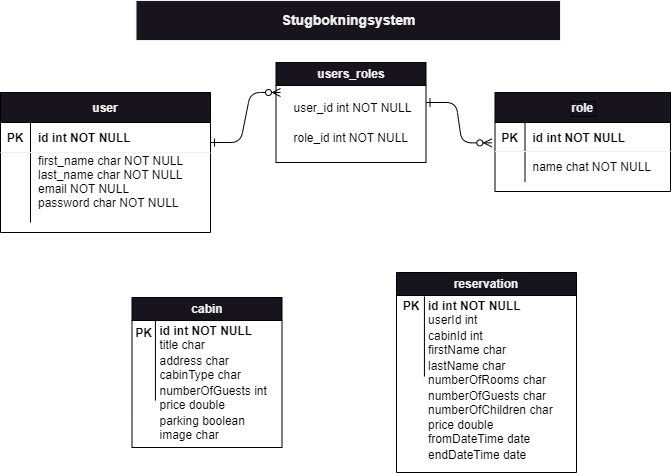
Above: pics/StugbokningDbModel.png in dchotan/arbetsprov (draw.io), before the change. Source tidied: cells renumbered, new cells last; positions are measured from the earlier drawing's top-left corner, leaving out a move shared by most shapes. The source it was exported from:
```xml
<mxGraphModel background="#ffffff">
  <root>
    <mxCell id="0" />
    <mxCell id="1" parent="0" />
    <mxCell id="2" style="edgeStyle=entityRelationEdgeStyle;endArrow=ERzeroToMany;startArrow=ERone;endFill=1;startFill=0;strokeColor=#000000;" parent="1" edge="1">
      <mxGeometry relative="1" as="geometry">
        <mxPoint x="210" y="142" as="sourcePoint" />
        <mxPoint x="280" y="92" as="targetPoint" />
        <Array as="points">
          <mxPoint x="270" y="111" />
          <mxPoint x="270" y="92" />
        </Array>
      </mxGeometry>
    </mxCell>
    <mxCell id="3" style="edgeStyle=entityRelationEdgeStyle;endArrow=ERzeroToMany;startArrow=ERone;endFill=1;startFill=0;entryX=-0.018;entryY=0.702;entryDx=0;entryDy=0;entryPerimeter=0;strokeColor=#000000;" parent="1" edge="1" target="5">
      <mxGeometry relative="1" as="geometry">
        <mxPoint x="425.5" y="102" as="sourcePoint" />
      </mxGeometry>
    </mxCell>
    <mxCell id="4" value="role" style="shape=table;startSize=30;rowLines=0;fontStyle=1;align=center;labelBorderColor=#000000;strokeColor=#000000;" parent="1" vertex="1">
      <mxGeometry x="494.5" y="92" width="175.5" height="99" as="geometry" />
    </mxCell>
    <mxCell id="5" style="shape=partialRectangle;fillColor=none;points=[[0,0.5],[1,0.5]];portConstraint=eastwest;top=0;left=0;right=0;bottom=1;" parent="4" vertex="1">
      <mxGeometry y="30" width="175.5" height="29" as="geometry" />
    </mxCell>
    <mxCell id="6" value="PK" style="shape=partialRectangle;overflow=hidden;fillColor=none;top=0;left=0;bottom=0;right=0;fontStyle=1;fontColor=#000000;strokeColor=#000000;" parent="5" vertex="1">
      <mxGeometry width="30" height="29" as="geometry" />
    </mxCell>
    <mxCell id="7" value="id int NOT NULL " style="shape=partialRectangle;overflow=hidden;fillColor=none;top=0;left=0;bottom=0;right=0;align=left;spacingLeft=6;fontStyle=1;fontColor=#000000;strokeColor=#000000;" parent="5" vertex="1">
      <mxGeometry x="30" width="145.5" height="29" as="geometry" />
    </mxCell>
    <mxCell id="8" style="shape=partialRectangle;fillColor=none;top=0;left=0;right=0;bottom=0;" parent="4" vertex="1">
      <mxGeometry y="59" width="175.5" height="30" as="geometry" />
    </mxCell>
    <mxCell id="9" style="shape=partialRectangle;overflow=hidden;fillColor=none;top=0;left=0;bottom=0;right=0;strokeColor=#000000;" parent="8" vertex="1">
      <mxGeometry width="30" height="30" as="geometry" />
    </mxCell>
    <mxCell id="10" value="name chat NOT NULL" style="shape=partialRectangle;overflow=hidden;fillColor=none;top=0;left=0;bottom=0;right=0;align=left;spacingLeft=6;fontColor=#000000;strokeColor=#000000;" parent="8" vertex="1">
      <mxGeometry x="30" width="145.5" height="30" as="geometry" />
    </mxCell>
    <mxCell id="11" value="user" style="shape=table;startSize=30;rowLines=0;fontStyle=1;align=center;strokeColor=#000000;" parent="1" vertex="1">
      <mxGeometry y="92" width="210" height="140" as="geometry" />
    </mxCell>
    <mxCell id="12" style="shape=partialRectangle;fillColor=none;top=0;left=0;right=0;bottom=1;" parent="11" vertex="1">
      <mxGeometry y="30" width="210" height="30" as="geometry" />
    </mxCell>
    <mxCell id="13" value="PK" style="shape=partialRectangle;overflow=hidden;fillColor=none;top=0;left=0;bottom=0;right=0;fontStyle=1;fontColor=#000000;" parent="12" vertex="1">
      <mxGeometry width="30" height="30" as="geometry" />
    </mxCell>
    <mxCell id="14" value="id int NOT NULL " style="shape=partialRectangle;overflow=hidden;fillColor=none;top=0;left=0;bottom=0;right=0;align=left;spacingLeft=6;fontStyle=1;fontColor=#000000;" parent="12" vertex="1">
      <mxGeometry x="30" width="180" height="30" as="geometry" />
    </mxCell>
    <mxCell id="15" style="shape=partialRectangle;fillColor=none;top=0;left=0;right=0;bottom=0;" parent="11" vertex="1">
      <mxGeometry y="60" width="210" height="70" as="geometry" />
    </mxCell>
    <mxCell id="16" style="shape=partialRectangle;overflow=hidden;fillColor=none;top=0;left=0;bottom=0;right=0;" parent="15" vertex="1">
      <mxGeometry width="30" height="70" as="geometry" />
    </mxCell>
    <mxCell id="17" value="first_name char NOT NULL&#10;last_name char NOT NULL&#10;email NOT NULL&#10;password char NOT NULL&#10;" style="shape=partialRectangle;overflow=hidden;fillColor=none;top=0;left=0;bottom=0;right=0;align=left;spacingLeft=6;fontColor=#000000;strokeColor=#000000;" parent="15" vertex="1">
      <mxGeometry x="30" width="180" height="70" as="geometry" />
    </mxCell>
    <mxCell id="18" value="users_roles" style="swimlane;whiteSpace=wrap;html=1;strokeColor=#000000;" parent="1" vertex="1">
      <mxGeometry x="275.5" y="62" width="150" height="100" as="geometry" />
    </mxCell>
    <mxCell id="19" value="user_id int NOT NULL" style="shape=partialRectangle;overflow=hidden;fillColor=none;top=0;left=0;bottom=0;right=0;align=left;spacingLeft=6;fontColor=#000000;" parent="18" vertex="1">
      <mxGeometry x="10" y="30" width="130" height="30" as="geometry" />
    </mxCell>
    <mxCell id="20" value="role_id int NOT NULL" style="shape=partialRectangle;overflow=hidden;fillColor=none;top=0;left=0;bottom=0;right=0;align=left;spacingLeft=6;fontColor=#000000;" parent="18" vertex="1">
      <mxGeometry x="10" y="60" width="130" height="30" as="geometry" />
    </mxCell>
    <mxCell id="21" value="cabin" style="swimlane;whiteSpace=wrap;html=1;strokeColor=#000000;startSize=23;" parent="1" vertex="1">
      <mxGeometry x="131.5" y="297" width="150" height="150" as="geometry" />
    </mxCell>
    <mxCell id="22" value="id int NOT NULL" style="shape=partialRectangle;overflow=hidden;fillColor=none;top=0;left=0;bottom=0;right=0;align=left;spacingLeft=6;fontColor=#000000;fontStyle=1;" parent="21" vertex="1">
      <mxGeometry x="20" y="18" width="130" height="30" as="geometry" />
    </mxCell>
    <mxCell id="23" value="title char" style="shape=partialRectangle;overflow=hidden;fillColor=none;top=0;left=0;bottom=0;right=0;align=left;spacingLeft=6;fontColor=#000000;" parent="21" vertex="1">
      <mxGeometry x="20" y="32" width="130" height="30" as="geometry" />
    </mxCell>
    <mxCell id="24" value="address char" style="shape=partialRectangle;overflow=hidden;fillColor=none;top=0;left=0;bottom=0;right=0;align=left;spacingLeft=6;fontColor=#000000;" parent="21" vertex="1">
      <mxGeometry x="20" y="48" width="130" height="30" as="geometry" />
    </mxCell>
    <mxCell id="25" value="cabinType char" style="shape=partialRectangle;overflow=hidden;fillColor=none;top=0;left=0;bottom=0;right=0;align=left;spacingLeft=6;fontColor=#000000;" parent="21" vertex="1">
      <mxGeometry x="20" y="62" width="130" height="30" as="geometry" />
    </mxCell>
    <mxCell id="26" value="numberOfGuests int" style="shape=partialRectangle;overflow=hidden;fillColor=none;top=0;left=0;bottom=0;right=0;align=left;spacingLeft=6;fontColor=#000000;" parent="21" vertex="1">
      <mxGeometry x="20" y="78" width="130" height="30" as="geometry" />
    </mxCell>
    <mxCell id="27" value="price double" style="shape=partialRectangle;overflow=hidden;fillColor=none;top=0;left=0;bottom=0;right=0;align=left;spacingLeft=6;fontColor=#000000;" parent="21" vertex="1">
      <mxGeometry x="20" y="92" width="130" height="30" as="geometry" />
    </mxCell>
    <mxCell id="28" value="parking boolean" style="shape=partialRectangle;overflow=hidden;fillColor=none;top=0;left=0;bottom=0;right=0;align=left;spacingLeft=6;fontColor=#000000;" parent="21" vertex="1">
      <mxGeometry x="20" y="108" width="130" height="30" as="geometry" />
    </mxCell>
    <mxCell id="29" value="image char" style="shape=partialRectangle;overflow=hidden;fillColor=none;top=0;left=0;bottom=0;right=0;align=left;spacingLeft=6;fontColor=#000000;" parent="21" vertex="1">
      <mxGeometry x="20" y="122" width="130" height="30" as="geometry" />
    </mxCell>
    <mxCell id="30" value="PK" style="shape=partialRectangle;overflow=hidden;fillColor=none;top=0;left=0;bottom=0;right=0;fontStyle=1;fontColor=#000000;" parent="21" vertex="1">
      <mxGeometry x="-3" y="20" width="30" height="30" as="geometry" />
    </mxCell>
    <mxCell id="31" style="endArrow=none;html=1;rounded=0;strokeColor=#000000;" parent="21" edge="1">
      <mxGeometry relative="1" as="geometry">
        <mxPoint x="23.4" y="103" as="sourcePoint" />
        <mxPoint x="23.4" y="23" as="targetPoint" />
      </mxGeometry>
    </mxCell>
    <mxCell id="32" value="reservation" style="swimlane;whiteSpace=wrap;html=1;strokeColor=#000000;" parent="1" vertex="1">
      <mxGeometry x="396" y="272" width="180" height="200" as="geometry" />
    </mxCell>
    <mxCell id="33" value="id int NOT NULL" style="shape=partialRectangle;overflow=hidden;fillColor=none;top=0;left=0;bottom=0;right=0;align=left;spacingLeft=6;fontColor=#000000;fontStyle=1;" parent="32" vertex="1">
      <mxGeometry x="24" y="18" width="130" height="30" as="geometry" />
    </mxCell>
    <mxCell id="34" value="userId int" style="shape=partialRectangle;overflow=hidden;fillColor=none;top=0;left=0;bottom=0;right=0;align=left;spacingLeft=6;fontColor=#000000;" parent="32" vertex="1">
      <mxGeometry x="24" y="32" width="130" height="30" as="geometry" />
    </mxCell>
    <mxCell id="35" value="cabinId int" style="shape=partialRectangle;overflow=hidden;fillColor=none;top=0;left=0;bottom=0;right=0;align=left;spacingLeft=6;fontColor=#000000;" parent="32" vertex="1">
      <mxGeometry x="24" y="48" width="130" height="30" as="geometry" />
    </mxCell>
    <mxCell id="36" value="firstName char" style="shape=partialRectangle;overflow=hidden;fillColor=none;top=0;left=0;bottom=0;right=0;align=left;spacingLeft=6;fontColor=#000000;" parent="32" vertex="1">
      <mxGeometry x="24" y="62" width="130" height="30" as="geometry" />
    </mxCell>
    <mxCell id="37" value="lastName char" style="shape=partialRectangle;overflow=hidden;fillColor=none;top=0;left=0;bottom=0;right=0;align=left;spacingLeft=6;fontColor=#000000;" parent="32" vertex="1">
      <mxGeometry x="24" y="78" width="130" height="30" as="geometry" />
    </mxCell>
    <mxCell id="38" value="numberOfRooms char" style="shape=partialRectangle;overflow=hidden;fillColor=none;top=0;left=0;bottom=0;right=0;align=left;spacingLeft=6;fontColor=#000000;" parent="32" vertex="1">
      <mxGeometry x="24" y="92" width="130" height="30" as="geometry" />
    </mxCell>
    <mxCell id="39" value="numberOfGuests char" style="shape=partialRectangle;overflow=hidden;fillColor=none;top=0;left=0;bottom=0;right=0;align=left;spacingLeft=6;fontColor=#000000;" parent="32" vertex="1">
      <mxGeometry x="24" y="108" width="130" height="30" as="geometry" />
    </mxCell>
    <mxCell id="40" value="numberOfChildren char" style="shape=partialRectangle;overflow=hidden;fillColor=none;top=0;left=0;bottom=0;right=0;align=left;spacingLeft=6;fontColor=#000000;" parent="32" vertex="1">
      <mxGeometry x="24" y="122" width="136" height="30" as="geometry" />
    </mxCell>
    <mxCell id="41" value="PK" style="shape=partialRectangle;overflow=hidden;fillColor=none;top=0;left=0;bottom=0;right=0;fontStyle=1;fontColor=#000000;" parent="32" vertex="1">
      <mxGeometry y="18" width="30" height="30" as="geometry" />
    </mxCell>
    <mxCell id="42" value="price double" style="shape=partialRectangle;overflow=hidden;fillColor=none;top=0;left=0;bottom=0;right=0;align=left;spacingLeft=6;fontColor=#000000;" parent="1" vertex="1">
      <mxGeometry x="420" y="409" width="130" height="30" as="geometry" />
    </mxCell>
    <mxCell id="43" value="fromDateTime date" style="shape=partialRectangle;overflow=hidden;fillColor=none;top=0;left=0;bottom=0;right=0;align=left;spacingLeft=6;fontColor=#000000;" parent="1" vertex="1">
      <mxGeometry x="420" y="423" width="130" height="30" as="geometry" />
    </mxCell>
    <mxCell id="44" value="endDateTime date" style="shape=partialRectangle;overflow=hidden;fillColor=none;top=0;left=0;bottom=0;right=0;align=left;spacingLeft=6;fontColor=#000000;" parent="1" vertex="1">
      <mxGeometry x="420" y="439" width="130" height="30" as="geometry" />
    </mxCell>
    <mxCell id="45" style="endArrow=none;html=1;rounded=0;strokeColor=#000000;" parent="1" edge="1">
      <mxGeometry relative="1" as="geometry">
        <mxPoint x="423.9" y="376" as="sourcePoint" />
        <mxPoint x="423.9" y="296" as="targetPoint" />
      </mxGeometry>
    </mxCell>
    <mxCell id="46" value="Stugbokningsystem" style="rounded=0;whiteSpace=wrap;html=1;fontStyle=1;fontSize=14;" parent="1" vertex="1">
      <mxGeometry x="135.5" width="424.5" height="40" as="geometry" />
    </mxCell>
  </root>
</mxGraphModel>
```
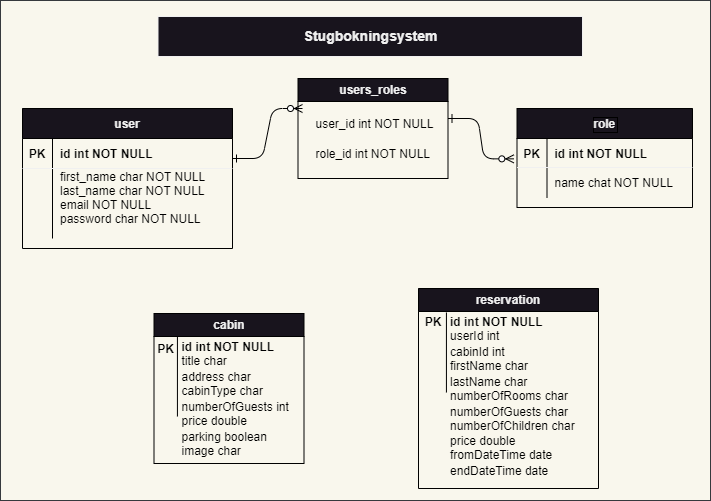
The same diagram one commit later.

Change to the diagram source:
```diff
@@ -2,6 +2,9 @@
   <root>
     <mxCell id="0" />
     <mxCell id="1" parent="0" />
+    <mxCell id="47" style="rounded=0;whiteSpace=wrap;html=1;fillColor=#f9f7ed;strokeColor=#36393d;" parent="1" vertex="1">
+      <mxGeometry x="-22" y="-16" width="710" height="500" as="geometry" />
+    </mxCell>
     <mxCell id="2" style="edgeStyle=entityRelationEdgeStyle;endArrow=ERzeroToMany;startArrow=ERone;endFill=1;startFill=0;strokeColor=#000000;" parent="1" edge="1">
       <mxGeometry relative="1" as="geometry">
         <mxPoint x="210" y="142" as="sourcePoint" />
```
